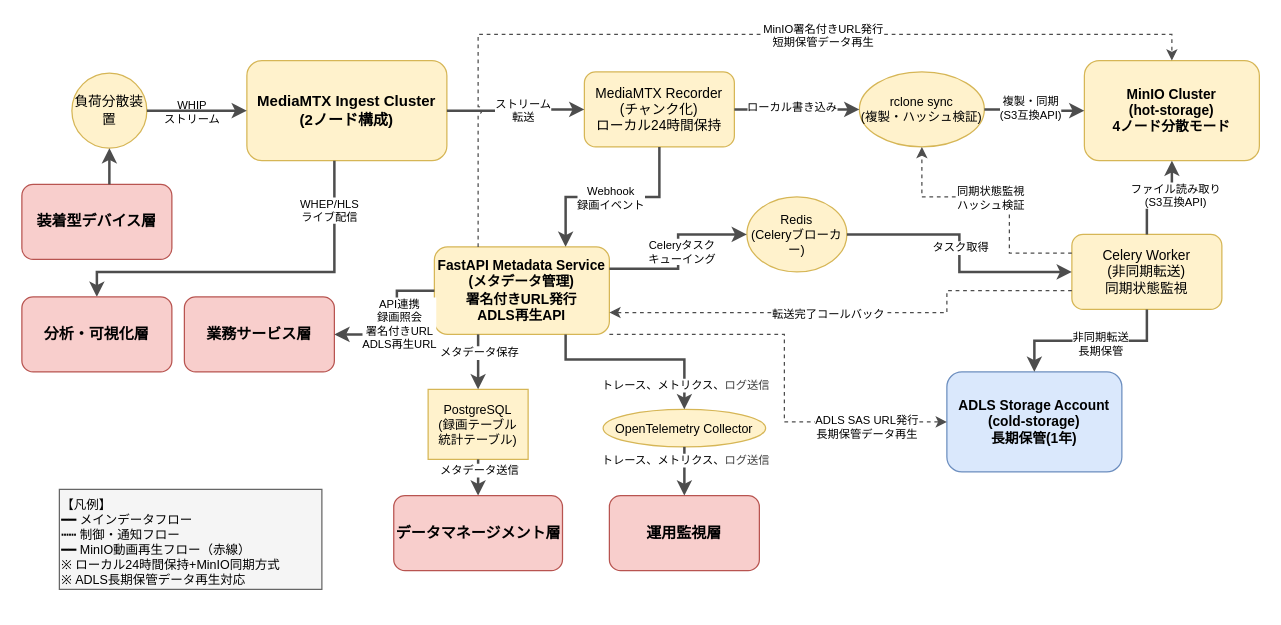
daichiTAAA/AirakuVision keeps this draw.io diagram as docs/03000_設計書/03020_配信・記録層設計/03022_配信・記録層詳細設計/配信・記録層システム関連図.drawio. Above is the earlier version. Source tidied: cells renumbered, new cells numbered last; positions are measured from the earlier drawing's top-left corner, leaving out a move shared by most shapes. Both pictures are drawn from the tidied source at 125%, with x=0, y=0 at pixel (21, 34).
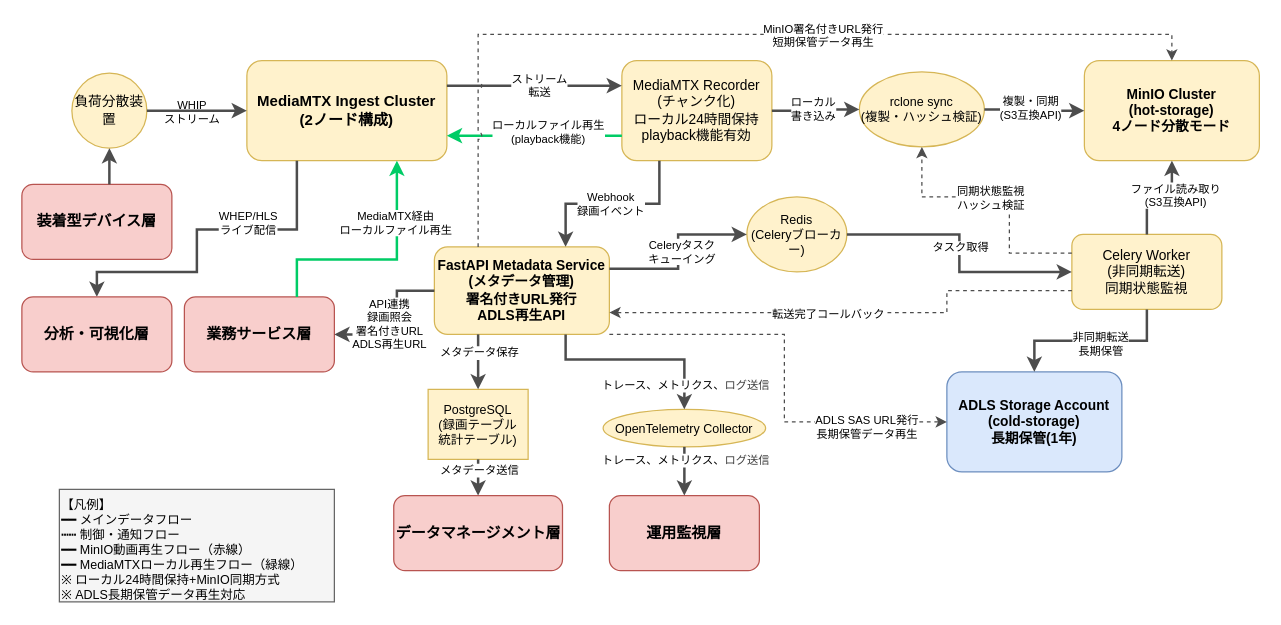
The same page after the edit.

The change refers to these unchanged cells:
```xml
<mxCell id="3" value="MediaMTX Ingest Cluster&#10;(2ノード構成)" style="rounded=1;whiteSpace=wrap;html=1;fillColor=#fff2cc;strokeColor=#d6b656;fontSize=12;fontStyle=1;" parent="1" vertex="1">
  <mxGeometry x="180" y="21" width="160" height="80" as="geometry" />
</mxCell>
<mxCell id="8" value="FastAPI Metadata Service&#10;(メタデータ管理)&#10;署名付きURL発行&#10;ADLS再生API" style="rounded=1;whiteSpace=wrap;html=1;fillColor=#fff2cc;strokeColor=#d6b656;fontSize=11;fontStyle=1;" parent="1" vertex="1">
  <mxGeometry x="330" y="170" width="140" height="70" as="geometry" />
</mxCell>
<mxCell id="14" value="業務サービス層" style="rounded=1;whiteSpace=wrap;html=1;fillColor=#f8cecc;strokeColor=#b85450;fontSize=12;fontStyle=1;" parent="1" vertex="1">
  <mxGeometry x="130" y="210" width="120" height="60" as="geometry" />
</mxCell>
<mxCell id="20" style="edgeStyle=orthogonalEdgeStyle;rounded=0;jettySize=auto;html=1;strokeWidth=2;strokeColor=#4D4D4D;" parent="1" edge="1" source="5" target="6">
  <mxGeometry relative="1" as="geometry" />
</mxCell>
<mxCell id="44" style="edgeStyle=orthogonalEdgeStyle;rounded=0;jettySize=auto;html=1;strokeWidth=2;strokeColor=#4D4D4D;exitX=0;exitY=0.5;exitDx=0;exitDy=0;entryX=1;entryY=0.5;entryDx=0;entryDy=0;" parent="1" edge="1" source="8" target="14">
  <mxGeometry relative="1" as="geometry">
    <Array as="points">
      <mxPoint x="300" y="205" />
      <mxPoint x="300" y="240" />
    </Array>
  </mxGeometry>
</mxCell>
<mxCell id="54" value="分析・可視化層" style="rounded=1;whiteSpace=wrap;html=1;fillColor=#f8cecc;strokeColor=#b85450;fontSize=12;fontStyle=1;" parent="1" vertex="1">
  <mxGeometry y="210" width="120" height="60" as="geometry" />
</mxCell>
```

Change to the diagram source:
```diff
@@
-    <mxCell id="5" value="MediaMTX Recorder&#10;(チャンク化)&#10;ローカル24時間保持" style="rounded=1;whiteSpace=wrap;html=1;fillColor=#fff2cc;strokeColor=#d6b656;fontSize=11;" parent="1" vertex="1">
-      <mxGeometry x="450" y="30" width="120" height="60" as="geometry" />
+    <mxCell id="5" value="MediaMTX Recorder&#10;(チャンク化)&#10;ローカル24時間保持&#10;playback機能有効" style="rounded=1;whiteSpace=wrap;html=1;fillColor=#fff2cc;strokeColor=#d6b656;fontSize=11;" parent="1" vertex="1">
+      <mxGeometry x="480" y="21" width="120" height="80" as="geometry" />
     </mxCell>
@@
-    <mxCell id="18" style="edgeStyle=orthogonalEdgeStyle;rounded=0;jettySize=auto;html=1;strokeWidth=2;strokeColor=#4D4D4D;" parent="1" edge="1" source="3" target="5">
+    <mxCell id="18" style="edgeStyle=orthogonalEdgeStyle;rounded=0;jettySize=auto;html=1;strokeWidth=2;strokeColor=#4D4D4D;exitX=1;exitY=0.25;exitDx=0;exitDy=0;entryX=0;entryY=0.25;entryDx=0;entryDy=0;" parent="1" edge="1" source="3" target="5">
       <mxGeometry relative="1" as="geometry" />
     </mxCell>
@@
-    <mxCell id="21" value="ローカル書き込み" style="edgeLabel;html=1;align=center;verticalAlign=middle;fontSize=9;" parent="20" vertex="1">
+    <mxCell id="21" value="ローカル&lt;div&gt;書き込み&lt;/div&gt;" style="edgeLabel;html=1;align=center;verticalAlign=middle;fontSize=9;" parent="20" vertex="1">
       <mxGeometry x="-0.1" y="2" relative="1" as="geometry" />
     </mxCell>
+    <mxCell id="58" style="edgeStyle=elbowEdgeStyle;rounded=0;jettySize=auto;html=1;strokeWidth=2;strokeColor=#00CC66;entryX=1;entryY=0.75;entryDx=0;entryDy=0;exitX=0;exitY=0.75;exitDx=0;exitDy=0;" parent="1" edge="1" source="5" target="3">
+      <mxGeometry relative="1" as="geometry">
+        <Array as="points">
+          <mxPoint x="400" y="75" />
+          <mxPoint x="400" y="81" />
+        </Array>
+      </mxGeometry>
+    </mxCell>
+    <mxCell id="59" value="ローカルファイル再生&#10;(playback機能)" style="edgeLabel;html=1;align=center;verticalAlign=middle;fontSize=9;" parent="58" vertex="1">
+      <mxGeometry x="0.1" y="1" relative="1" as="geometry">
+        <mxPoint x="17" y="-5" as="offset" />
+      </mxGeometry>
+    </mxCell>
@@
-    <mxCell id="24" style="edgeStyle=orthogonalEdgeStyle;rounded=0;jettySize=auto;html=1;strokeWidth=2;strokeColor=#4D4D4D;jumpStyle=line;jumpSize=10;entryX=0.75;entryY=0;entryDx=0;entryDy=0;" parent="1" edge="1" source="5" target="8">
+    <mxCell id="24" style="edgeStyle=orthogonalEdgeStyle;rounded=0;jettySize=auto;html=1;strokeWidth=2;strokeColor=#4D4D4D;jumpStyle=line;jumpSize=10;entryX=0.75;entryY=0;entryDx=0;entryDy=0;exitX=0.25;exitY=1;exitDx=0;exitDy=0;" parent="1" edge="1" source="5" target="8">
       <mxGeometry relative="1" as="geometry" />
     </mxCell>
@@
     <mxCell id="45" value="API連携&#10;録画照会&#10;署名付きURL&#10;ADLS再生URL" style="edgeLabel;html=1;align=center;verticalAlign=middle;fontSize=9;" parent="44" vertex="1">
       <mxGeometry x="0.1" y="1" relative="1" as="geometry">
-        <mxPoint y="-7" as="offset" />
+        <mxPoint x="-8" y="-7" as="offset" />
       </mxGeometry>
     </mxCell>
-    <mxCell id="46" style="edgeStyle=orthogonalEdgeStyle;rounded=0;jettySize=auto;html=1;strokeWidth=2;strokeColor=#4D4D4D;jumpStyle=line;jumpSize=10;entryX=0.5;entryY=0;entryDx=0;entryDy=0;" parent="1" edge="1" source="3" target="54">
+    <mxCell id="46" style="edgeStyle=orthogonalEdgeStyle;rounded=0;jettySize=auto;html=1;strokeWidth=2;strokeColor=#4D4D4D;jumpStyle=line;jumpSize=10;entryX=0.5;entryY=0;entryDx=0;entryDy=0;exitX=0.25;exitY=1;exitDx=0;exitDy=0;" parent="1" edge="1" source="3" target="54">
       <mxGeometry relative="1" as="geometry">
         <Array as="points">
-          <mxPoint x="250" y="190" />
+          <mxPoint x="220" y="156" />
+          <mxPoint x="140" y="156" />
+          <mxPoint x="140" y="190" />
           <mxPoint x="60" y="190" />
         </Array>
       </mxGeometry>
     </mxCell>
     <mxCell id="47" value="WHEP/HLS&#10;ライブ配信" style="edgeLabel;html=1;align=center;verticalAlign=middle;fontSize=9;" parent="46" vertex="1">
       <mxGeometry x="0.1" y="1" relative="1" as="geometry">
-        <mxPoint x="70" y="-51" as="offset" />
+        <mxPoint x="39" y="-19" as="offset" />
       </mxGeometry>
     </mxCell>
+    <mxCell id="60" style="edgeStyle=elbowEdgeStyle;rounded=0;jettySize=auto;html=1;strokeWidth=2;strokeColor=#00CC66;entryX=0.75;entryY=1;entryDx=0;entryDy=0;exitX=0.75;exitY=0;exitDx=0;exitDy=0;elbow=vertical;" parent="1" edge="1" source="14" target="3">
+      <mxGeometry relative="1" as="geometry">
+        <Array as="points">
+          <mxPoint x="260" y="180" />
+        </Array>
+      </mxGeometry>
+    </mxCell>
+    <mxCell id="61" value="MediaMTX経由&#10;ローカルファイル再生" style="edgeLabel;html=1;align=center;verticalAlign=middle;fontSize=9;" parent="60" vertex="1">
+      <mxGeometry x="0.1" y="1" relative="1" as="geometry">
+        <mxPoint x="4" y="-29" as="offset" />
+      </mxGeometry>
+    </mxCell>
-    <mxCell id="48" value="【凡例】&lt;br&gt;━━ メインデータフロー&lt;br&gt;┅┅ 制御・通知フロー&lt;br&gt;━━ MinIO動画再生フロー（赤線）&lt;br&gt;※ ローカル24時間保持+MinIO同期方式&lt;br&gt;※ ADLS長期保管データ再生対応" style="rounded=0;whiteSpace=wrap;html=1;fillColor=#f5f5f5;strokeColor=#666666;fontSize=10;align=left;verticalAlign=top;" parent="1" vertex="1">
-      <mxGeometry x="30" y="364" width="210" height="80" as="geometry" />
+    <mxCell id="48" value="【凡例】&lt;br&gt;━━ メインデータフロー&lt;br&gt;┅┅ 制御・通知フロー&lt;br&gt;━━ MinIO動画再生フロー（赤線）&lt;br&gt;━━ MediaMTXローカル再生フロー（緑線）&lt;br&gt;※ ローカル24時間保持+MinIO同期方式&lt;br&gt;※ ADLS長期保管データ再生対応" style="rounded=0;whiteSpace=wrap;html=1;fillColor=#f5f5f5;strokeColor=#666666;fontSize=10;align=left;verticalAlign=top;" parent="1" vertex="1">
+      <mxGeometry x="30" y="364" width="220" height="90" as="geometry" />
     </mxCell>
```
